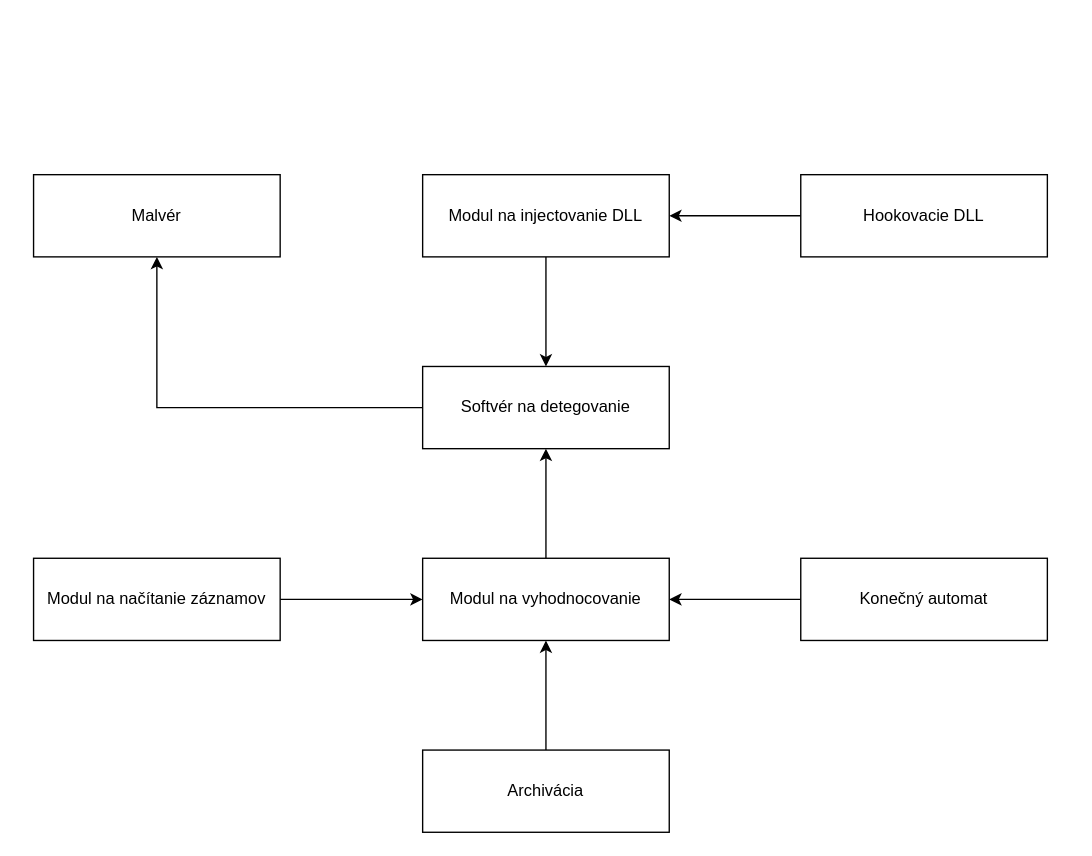
This is img/uml_2 diagram.drawio from Artanis321/Bakalarka, a draw.io file, before an edit. Source tidied: cells renumbered, new cells numbered last; positions are measured from the earlier drawing's top-left corner, leaving out a move shared by most shapes. Both pictures are drawn from the tidied source at 137%, with x=0, y=0 at pixel (33, 174).
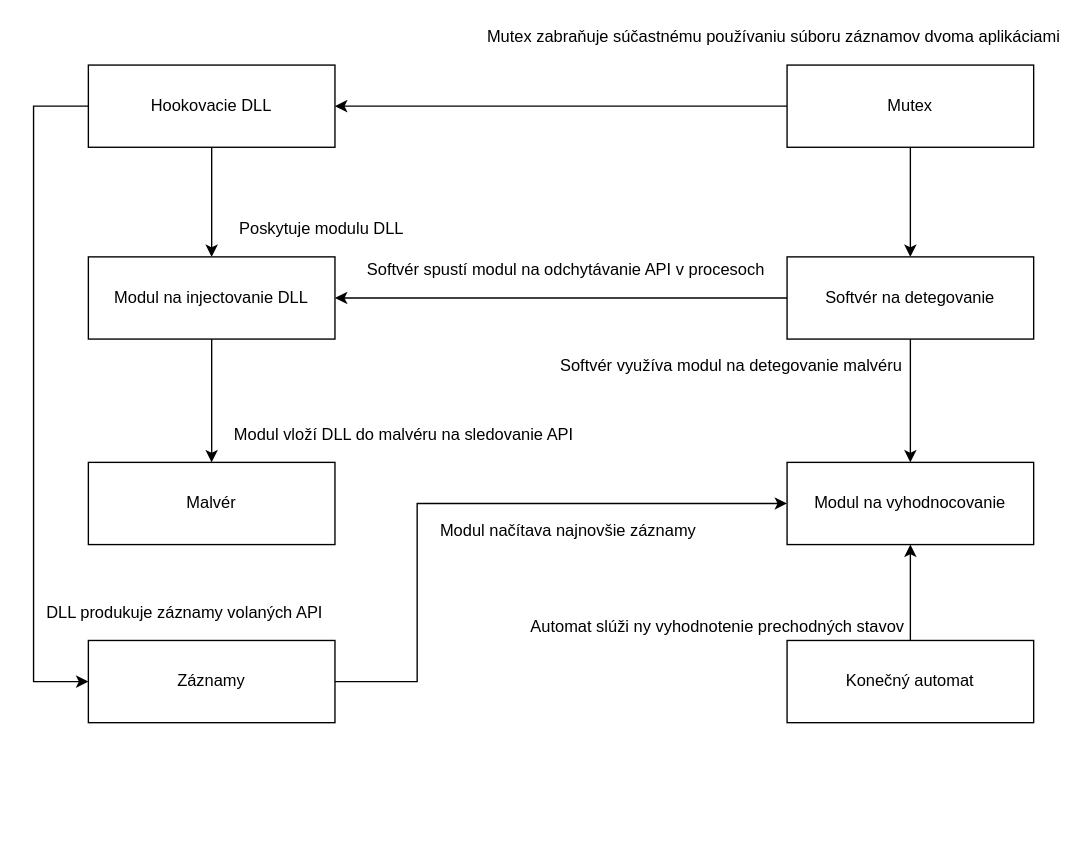
The same page after the edit.

Diff of the diagram source:
```diff
@@
     <mxCell id="2" value="Malvér" style="rounded=0;whiteSpace=wrap;html=1;" parent="1" vertex="1">
-      <mxGeometry width="180" height="60" as="geometry" />
+      <mxGeometry x="40" y="210" width="180" height="60" as="geometry" />
     </mxCell>
-    <mxCell id="3" style="edgeStyle=orthogonalEdgeStyle;rounded=0;jettySize=auto;html=1;entryX=1;entryY=0.5;entryDx=0;entryDy=0;" parent="1" edge="1" source="4" target="12">
+    <mxCell id="3" style="edgeStyle=orthogonalEdgeStyle;rounded=0;jettySize=auto;html=1;entryX=0.5;entryY=0;entryDx=0;entryDy=0;" parent="1" edge="1" source="4" target="12">
       <mxGeometry relative="1" as="geometry" />
     </mxCell>
+    <mxCell id="17" style="edgeStyle=orthogonalEdgeStyle;rounded=0;jettySize=auto;html=1;entryX=0;entryY=0.5;entryDx=0;entryDy=0;" parent="1" edge="1" source="4" target="6">
+      <mxGeometry relative="1" as="geometry">
+        <Array as="points">
+          <mxPoint y="-50" />
+          <mxPoint y="370" />
+        </Array>
+      </mxGeometry>
+    </mxCell>
     <mxCell id="4" value="Hookovacie DLL" style="rounded=0;whiteSpace=wrap;html=1;" parent="1" vertex="1">
-      <mxGeometry x="560" width="180" height="60" as="geometry" />
+      <mxGeometry x="40" y="-80" width="180" height="60" as="geometry" />
     </mxCell>
     <mxCell id="5" style="edgeStyle=orthogonalEdgeStyle;rounded=0;jettySize=auto;html=1;entryX=0;entryY=0.5;entryDx=0;entryDy=0;" parent="1" edge="1" source="6" target="8">
-      <mxGeometry relative="1" as="geometry" />
+      <mxGeometry relative="1" as="geometry">
+        <Array as="points">
+          <mxPoint x="280" y="370" />
+          <mxPoint x="280" y="240" />
+          <mxPoint x="550" y="240" />
+        </Array>
+      </mxGeometry>
     </mxCell>
-    <mxCell id="6" value="Modul na načítanie záznamov" style="rounded=0;whiteSpace=wrap;html=1;" parent="1" vertex="1">
-      <mxGeometry y="280" width="180" height="60" as="geometry" />
+    <mxCell id="6" value="Záznamy" style="rounded=0;whiteSpace=wrap;html=1;" parent="1" vertex="1">
+      <mxGeometry x="40" y="340" width="180" height="60" as="geometry" />
     </mxCell>
-    <mxCell id="7" style="edgeStyle=orthogonalEdgeStyle;rounded=0;jettySize=auto;html=1;entryX=0.5;entryY=1;entryDx=0;entryDy=0;" parent="1" edge="1" source="8" target="10">
-      <mxGeometry relative="1" as="geometry" />
-    </mxCell>
     <mxCell id="8" value="Modul na vyhodnocovanie" style="rounded=0;whiteSpace=wrap;html=1;" parent="1" vertex="1">
-      <mxGeometry x="284" y="280" width="180" height="60" as="geometry" />
+      <mxGeometry x="550" y="210" width="180" height="60" as="geometry" />
     </mxCell>
-    <mxCell id="9" style="edgeStyle=orthogonalEdgeStyle;rounded=0;jettySize=auto;html=1;entryX=0.5;entryY=1;entryDx=0;entryDy=0;" parent="1" edge="1" source="10" target="2">
-      <mxGeometry relative="1" as="geometry" />
-    </mxCell>
-    <mxCell id="10" value="Softvér na detegovanie" style="rounded=0;whiteSpace=wrap;html=1;" parent="1" vertex="1">
-      <mxGeometry x="284" y="140" width="180" height="60" as="geometry" />
-    </mxCell>
-    <mxCell id="11" style="edgeStyle=orthogonalEdgeStyle;rounded=0;jettySize=auto;html=1;entryX=0.5;entryY=0;entryDx=0;entryDy=0;" parent="1" edge="1" source="12" target="10">
-      <mxGeometry relative="1" as="geometry" />
-    </mxCell>
+    <mxCell id="18" style="edgeStyle=orthogonalEdgeStyle;rounded=0;jettySize=auto;html=1;entryX=0.5;entryY=0;entryDx=0;entryDy=0;" parent="1" edge="1" source="12" target="2">
+      <mxGeometry relative="1" as="geometry" />
+    </mxCell>
     <mxCell id="12" value="Modul na injectovanie DLL" style="rounded=0;whiteSpace=wrap;html=1;" parent="1" vertex="1">
-      <mxGeometry x="284" width="180" height="60" as="geometry" />
+      <mxGeometry x="40" y="60" width="180" height="60" as="geometry" />
     </mxCell>
-    <mxCell id="13" style="edgeStyle=orthogonalEdgeStyle;rounded=0;jettySize=auto;html=1;entryX=1;entryY=0.5;entryDx=0;entryDy=0;" parent="1" edge="1" source="14" target="8">
+    <mxCell id="13" style="edgeStyle=orthogonalEdgeStyle;rounded=0;jettySize=auto;html=1;entryX=0.5;entryY=1;entryDx=0;entryDy=0;" parent="1" edge="1" source="14" target="8">
       <mxGeometry relative="1" as="geometry" />
     </mxCell>
     <mxCell id="14" value="Konečný automat" style="rounded=0;whiteSpace=wrap;html=1;" parent="1" vertex="1">
-      <mxGeometry x="560" y="280" width="180" height="60" as="geometry" />
+      <mxGeometry x="550" y="340" width="180" height="60" as="geometry" />
     </mxCell>
-    <mxCell id="15" style="edgeStyle=orthogonalEdgeStyle;rounded=0;jettySize=auto;html=1;entryX=0.5;entryY=1;entryDx=0;entryDy=0;" parent="1" edge="1" source="16" target="8">
-      <mxGeometry relative="1" as="geometry" />
-    </mxCell>
-    <mxCell id="16" value="Archivácia" style="rounded=0;whiteSpace=wrap;html=1;" parent="1" vertex="1">
-      <mxGeometry x="284" y="420" width="180" height="60" as="geometry" />
-    </mxCell>
+    <mxCell id="19" style="edgeStyle=orthogonalEdgeStyle;rounded=0;jettySize=auto;html=1;entryX=0.5;entryY=0;entryDx=0;entryDy=0;" parent="1" edge="1" source="21" target="10">
+      <mxGeometry relative="1" as="geometry" />
+    </mxCell>
+    <mxCell id="20" style="edgeStyle=orthogonalEdgeStyle;rounded=0;jettySize=auto;html=1;entryX=1;entryY=0.5;entryDx=0;entryDy=0;" parent="1" edge="1" source="21" target="4">
+      <mxGeometry relative="1" as="geometry" />
+    </mxCell>
+    <mxCell id="21" value="Mutex" style="rounded=0;whiteSpace=wrap;html=1;" parent="1" vertex="1">
+      <mxGeometry x="550" y="-80" width="180" height="60" as="geometry" />
+    </mxCell>
+    <mxCell id="22" value="Modul vloží DLL do malvéru na sledovanie API" style="text;html=1;align=center;verticalAlign=middle;" parent="1" vertex="1">
+      <mxGeometry x="140" y="180" width="260" height="20" as="geometry" />
+    </mxCell>
+    <mxCell id="23" value="Softvér spustí modul na odchytávanie API v procesoch&amp;nbsp;" style="text;html=1;align=center;verticalAlign=middle;" parent="1" vertex="1">
+      <mxGeometry x="235" y="60" width="310" height="20" as="geometry" />
+    </mxCell>
+    <mxCell id="24" style="edgeStyle=orthogonalEdgeStyle;rounded=0;jettySize=auto;html=1;entryX=1;entryY=0.5;entryDx=0;entryDy=0;" parent="1" edge="1" source="10" target="12">
+      <mxGeometry relative="1" as="geometry" />
+    </mxCell>
+    <mxCell id="25" style="edgeStyle=orthogonalEdgeStyle;rounded=0;jettySize=auto;html=1;entryX=0.5;entryY=0;entryDx=0;entryDy=0;" parent="1" edge="1" source="10" target="8">
+      <mxGeometry relative="1" as="geometry" />
+    </mxCell>
+    <mxCell id="10" value="Softvér na detegovanie" style="rounded=0;whiteSpace=wrap;html=1;" parent="1" vertex="1">
+      <mxGeometry x="550" y="60" width="180" height="60" as="geometry" />
+    </mxCell>
+    <mxCell id="26" value="Poskytuje modulu DLL" style="text;html=1;align=center;verticalAlign=middle;" parent="1" vertex="1">
+      <mxGeometry x="140" y="30" width="140" height="20" as="geometry" />
+    </mxCell>
+    <mxCell id="27" value="Softvér využíva modul na detegovanie malvéru" style="text;html=1;align=center;verticalAlign=middle;" parent="1" vertex="1">
+      <mxGeometry x="374" y="130" width="270" height="20" as="geometry" />
+    </mxCell>
+    <mxCell id="28" value="DLL produkuje záznamy volaných API" style="text;html=1;align=center;verticalAlign=middle;" parent="1" vertex="1">
+      <mxGeometry y="310" width="220" height="20" as="geometry" />
+    </mxCell>
+    <mxCell id="29" value="Automat slúži ny vyhodnotenie prechodných stavov" style="text;html=1;align=center;verticalAlign=middle;" parent="1" vertex="1">
+      <mxGeometry x="354" y="320" width="290" height="20" as="geometry" />
+    </mxCell>
+    <mxCell id="30" value="Modul načítava najnovšie záznamy" style="text;html=1;align=center;verticalAlign=middle;" parent="1" vertex="1">
+      <mxGeometry x="290" y="250" width="200" height="20" as="geometry" />
+    </mxCell>
+    <mxCell id="31" value="Mutex zabraňuje súčastnému používaniu súboru záznamov dvoma aplikáciami" style="text;html=1;align=center;verticalAlign=middle;" parent="1" vertex="1">
+      <mxGeometry x="325" y="-110" width="430" height="20" as="geometry" />
+    </mxCell>
```
